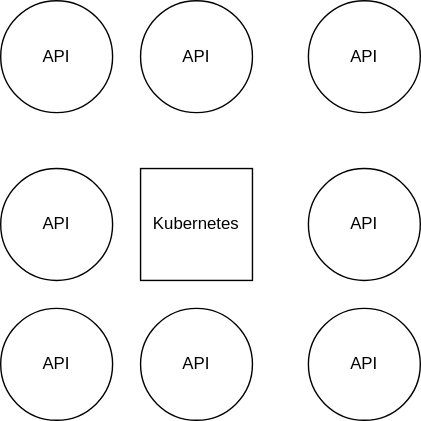
This is wiki/images/Test.svg from IndustryFusion/DigitalTwin, a draw.io export, as it was before one commit. Source tidied: cells renumbered, new cells last; positions are measured from the earlier drawing's top-left corner, leaving out a move shared by most shapes.
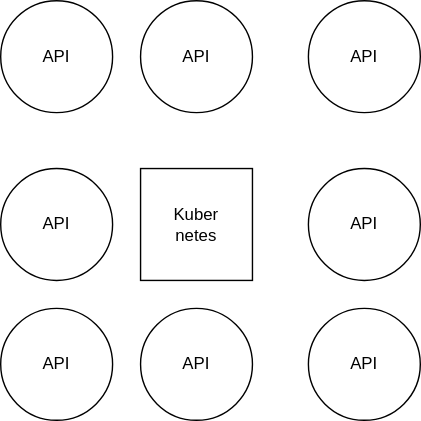
Later version of the same file.

Change to the diagram source:
```diff
@@ -2,7 +2,7 @@
   <root>
     <mxCell id="0" />
     <mxCell id="1" parent="0" />
-    <mxCell id="2" value="Kubernetes" style="whiteSpace=wrap;html=1;" parent="1" vertex="1">
+    <mxCell id="2" value="&lt;div&gt;Kuber&lt;/div&gt;&lt;div&gt;netes&lt;/div&gt;" style="whiteSpace=wrap;html=1;" parent="1" vertex="1">
       <mxGeometry x="100" y="120" width="80" height="80" as="geometry" />
     </mxCell>
     <mxCell id="3" value="API" style="ellipse;whiteSpace=wrap;html=1;" parent="1" vertex="1">
```
